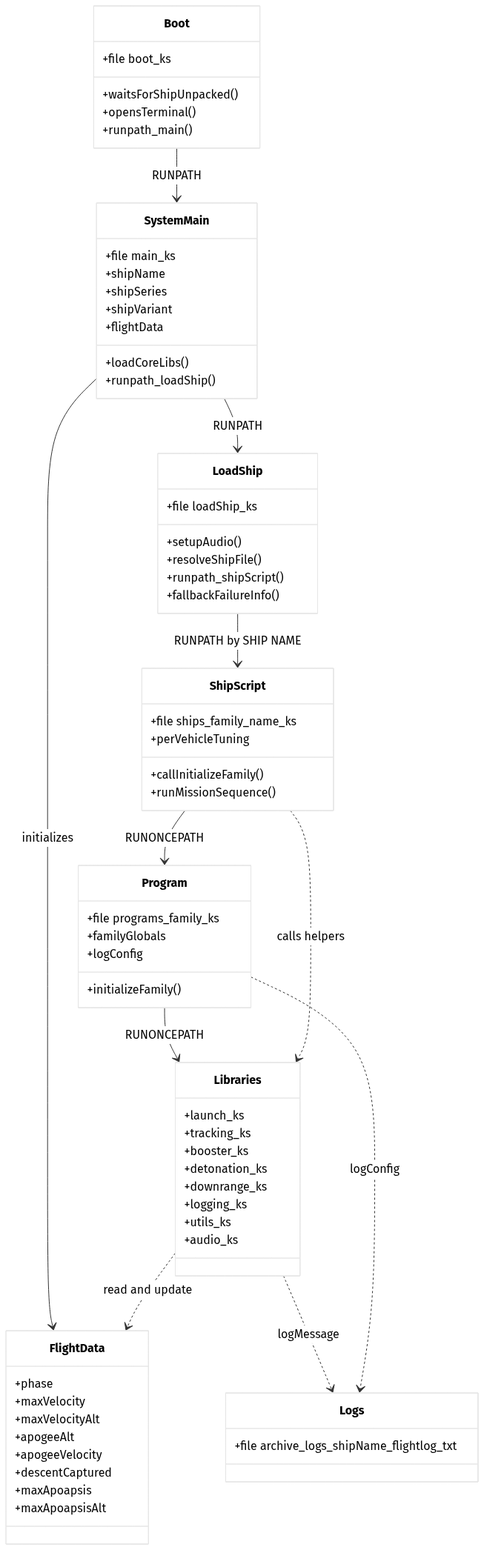
Anymuz/Anymuz-RO-RP1-kOS-Scripts keeps this Mermaid diagram as docs/images/layer-class.png. Above is the earlier version. Its source is kept beside it as docs/images/_src/layer-class.mmd. The source it was exported from:
```mermaid
%%{init: {'theme':'base','themeVariables':{'background':'#ffffff','primaryColor':'#ffffff','primaryTextColor':'#000000','lineColor':'#333333'}}}%%
classDiagram
    class Boot {
        +file boot_ks
        +waitsForShipUnpacked()
        +opensTerminal()
        +runpath_main()
    }
    class SystemMain {
        +file main_ks
        +shipName
        +shipSeries
        +shipVariant
        +flightData
        +loadCoreLibs()
        +runpath_loadShip()
    }
    class LoadShip {
        +file loadShip_ks
        +setupAudio()
        +resolveShipFile()
        +runpath_shipScript()
        +fallbackFailureInfo()
    }
    class ShipScript {
        +file ships_family_name_ks
        +perVehicleTuning
        +callInitializeFamily()
        +runMissionSequence()
    }
    class Program {
        +file programs_family_ks
        +familyGlobals
        +logConfig
        +initializeFamily()
    }
    class Libraries {
        +launch_ks
        +tracking_ks
        +booster_ks
        +detonation_ks
        +downrange_ks
        +logging_ks
        +utils_ks
        +audio_ks
    }
    class FlightData {
        +phase
        +maxVelocity
        +maxVelocityAlt
        +apogeeAlt
        +apogeeVelocity
        +descentCaptured
        +maxApoapsis
        +maxApoapsisAlt
    }
    class Logs {
        +file archive_logs_shipName_flightlog_txt
    }

    Boot --> SystemMain : RUNPATH
    SystemMain --> LoadShip : RUNPATH
    SystemMain --> FlightData : initializes
    LoadShip --> ShipScript : RUNPATH by SHIP NAME
    ShipScript --> Program : RUNONCEPATH
    Program --> Libraries : RUNONCEPATH
    ShipScript ..> Libraries : calls helpers
    Libraries ..> FlightData : read and update
    Libraries ..> Logs : logMessage
    Program ..> Logs : logConfig
```
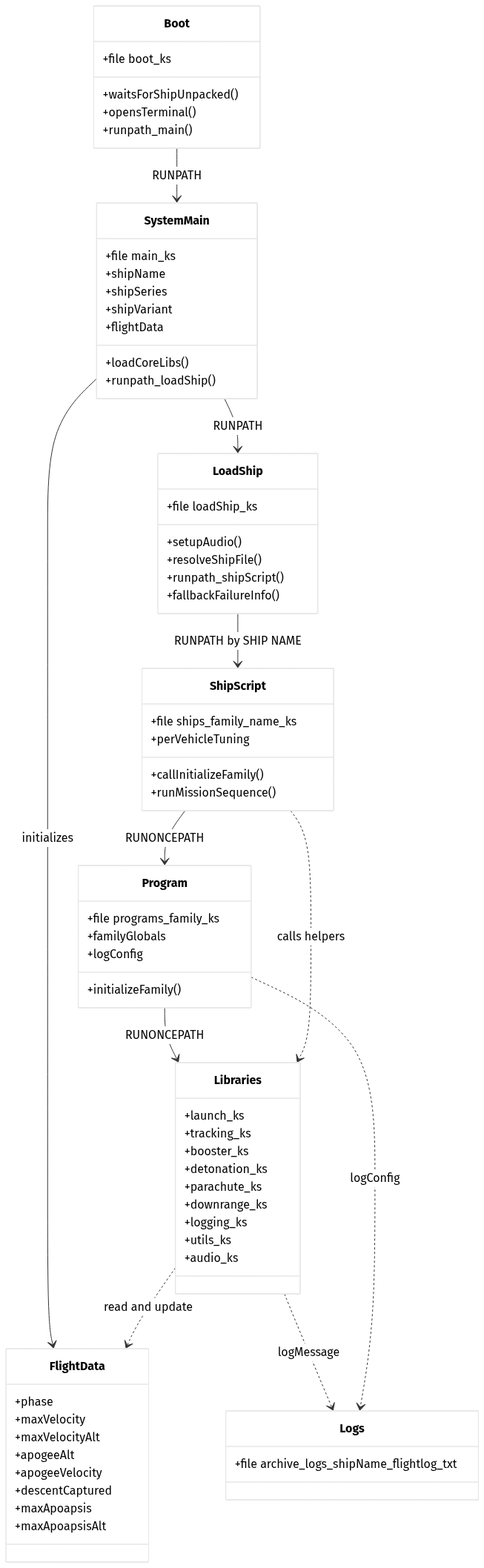
The same file after the commit.

What changed in the source:
```diff
@@ -39,6 +39,7 @@
         +tracking_ks
         +booster_ks
         +detonation_ks
+        +parachute_ks
         +downrange_ks
         +logging_ks
         +utils_ks
```
